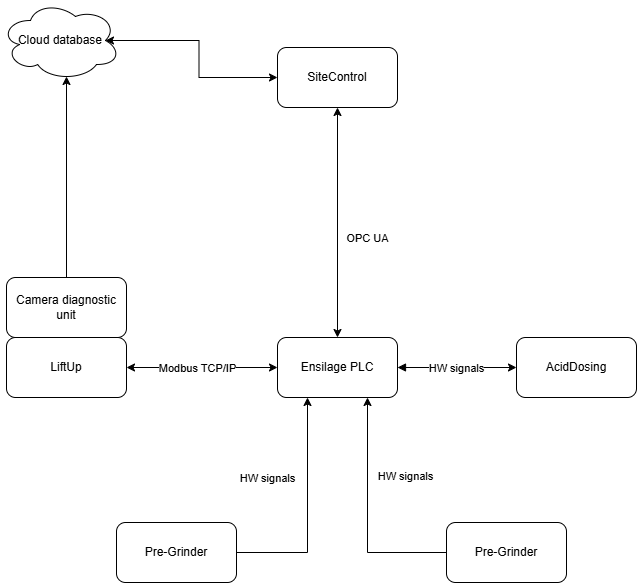
sigurdrb/workfolder-latex keeps this draw.io diagram as Ensilage integration/design specification/networktopo.drawio.png. Above is the earlier version. Source tidied: cells renumbered, new cells last; positions are measured from the earlier drawing's top-left corner, leaving out a move shared by most shapes. Its diagram source:
```xml
<mxGraphModel>
  <root>
    <mxCell id="0" />
    <mxCell id="1" parent="0" />
    <mxCell id="2" style="edgeStyle=orthogonalEdgeStyle;rounded=0;jettySize=auto;html=1;entryX=0.5;entryY=0;entryDx=0;entryDy=0;startArrow=classic;startFill=1;" parent="1" edge="1" source="4" target="9">
      <mxGeometry relative="1" as="geometry" />
    </mxCell>
    <mxCell id="3" value="OPC UA" style="edgeLabel;html=1;align=center;verticalAlign=middle;" parent="2" vertex="1">
      <mxGeometry x="0.25" y="5" relative="1" as="geometry">
        <mxPoint x="24" y="-14" as="offset" />
      </mxGeometry>
    </mxCell>
    <mxCell id="4" value="SiteControl" style="rounded=1;whiteSpace=wrap;html=1;" parent="1" vertex="1">
      <mxGeometry x="277" y="47" width="120" height="60" as="geometry" />
    </mxCell>
    <mxCell id="5" style="edgeStyle=orthogonalEdgeStyle;rounded=0;jettySize=auto;html=1;entryX=0;entryY=0.5;entryDx=0;entryDy=0;startArrow=block;startFill=1;" parent="1" edge="1" source="9" target="11">
      <mxGeometry relative="1" as="geometry" />
    </mxCell>
    <mxCell id="6" value="HW signals" style="edgeLabel;html=1;align=center;verticalAlign=middle;" parent="5" vertex="1">
      <mxGeometry x="-0.03" relative="1" as="geometry" />
    </mxCell>
    <mxCell id="7" style="edgeStyle=orthogonalEdgeStyle;rounded=0;jettySize=auto;html=1;entryX=1;entryY=0.5;entryDx=0;entryDy=0;startArrow=classic;startFill=1;" parent="1" edge="1" source="9" target="10">
      <mxGeometry relative="1" as="geometry" />
    </mxCell>
    <mxCell id="8" value="Modbus TCP/IP" style="edgeLabel;html=1;align=center;verticalAlign=middle;" parent="7" vertex="1">
      <mxGeometry x="-0.22" y="-1" relative="1" as="geometry">
        <mxPoint x="-22" y="1" as="offset" />
      </mxGeometry>
    </mxCell>
    <mxCell id="9" value="Ensilage PLC" style="rounded=1;whiteSpace=wrap;html=1;" parent="1" vertex="1">
      <mxGeometry x="277" y="337" width="120" height="60" as="geometry" />
    </mxCell>
    <mxCell id="10" value="LiftUp" style="rounded=1;whiteSpace=wrap;html=1;" parent="1" vertex="1">
      <mxGeometry x="6" y="337" width="120" height="60" as="geometry" />
    </mxCell>
    <mxCell id="11" value="AcidDosing" style="rounded=1;whiteSpace=wrap;html=1;" parent="1" vertex="1">
      <mxGeometry x="516" y="337" width="120" height="60" as="geometry" />
    </mxCell>
    <mxCell id="12" style="edgeStyle=orthogonalEdgeStyle;rounded=0;jettySize=auto;html=1;entryX=0.25;entryY=1;entryDx=0;entryDy=0;" parent="1" edge="1" source="14" target="9">
      <mxGeometry relative="1" as="geometry" />
    </mxCell>
    <mxCell id="13" value="HW signals" style="edgeLabel;html=1;align=center;verticalAlign=middle;" parent="12" vertex="1">
      <mxGeometry x="-0.16" y="-5" relative="1" as="geometry">
        <mxPoint x="-46" y="-51" as="offset" />
      </mxGeometry>
    </mxCell>
    <mxCell id="14" value="Pre-Grinder" style="rounded=1;whiteSpace=wrap;html=1;" parent="1" vertex="1">
      <mxGeometry x="116" y="522" width="120" height="60" as="geometry" />
    </mxCell>
    <mxCell id="15" value="HW signals" style="edgeStyle=orthogonalEdgeStyle;rounded=0;jettySize=auto;html=1;entryX=0.75;entryY=1;entryDx=0;entryDy=0;" parent="1" edge="1" source="16" target="9">
      <mxGeometry x="0.32" y="-38" relative="1" as="geometry" />
    </mxCell>
    <mxCell id="16" value="Pre-Grinder" style="rounded=1;whiteSpace=wrap;html=1;" parent="1" vertex="1">
      <mxGeometry x="446" y="522" width="120" height="60" as="geometry" />
    </mxCell>
    <mxCell id="17" value="Camera diagnostic unit" style="rounded=1;whiteSpace=wrap;html=1;" parent="1" vertex="1">
      <mxGeometry x="6" y="277" width="120" height="60" as="geometry" />
    </mxCell>
    <mxCell id="18" style="edgeStyle=orthogonalEdgeStyle;rounded=0;jettySize=auto;html=1;entryX=0;entryY=0.5;entryDx=0;entryDy=0;exitX=0.875;exitY=0.5;exitDx=0;exitDy=0;exitPerimeter=0;startArrow=classic;startFill=1;" parent="1" edge="1" source="19" target="4">
      <mxGeometry relative="1" as="geometry" />
    </mxCell>
    <mxCell id="19" value="Cloud database" style="ellipse;shape=cloud;whiteSpace=wrap;html=1;" parent="1" vertex="1">
      <mxGeometry width="120" height="80" as="geometry" />
    </mxCell>
    <mxCell id="20" style="edgeStyle=orthogonalEdgeStyle;rounded=0;jettySize=auto;html=1;entryX=0.55;entryY=0.95;entryDx=0;entryDy=0;entryPerimeter=0;" parent="1" edge="1" source="17" target="19">
      <mxGeometry relative="1" as="geometry" />
    </mxCell>
  </root>
</mxGraphModel>
```
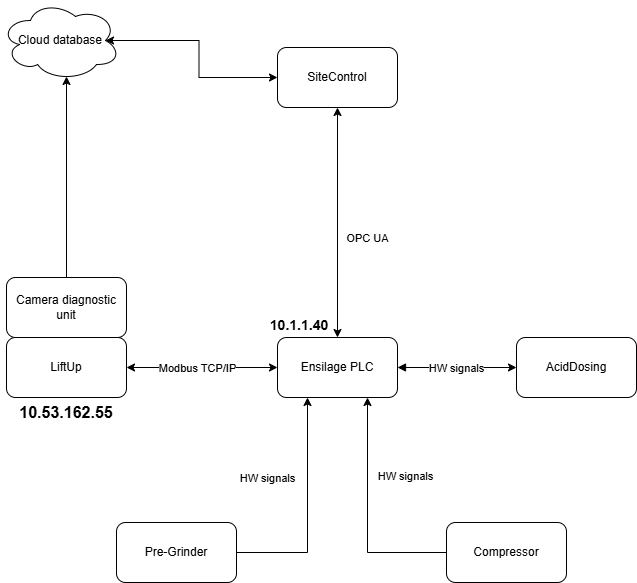
The same file after the commit.

The edit, as a diff of the source:
```diff
@@ -50,7 +50,7 @@
     <mxCell id="15" value="HW signals" style="edgeStyle=orthogonalEdgeStyle;rounded=0;jettySize=auto;html=1;entryX=0.75;entryY=1;entryDx=0;entryDy=0;" parent="1" edge="1" source="16" target="9">
       <mxGeometry x="0.32" y="-38" relative="1" as="geometry" />
     </mxCell>
-    <mxCell id="16" value="Pre-Grinder" style="rounded=1;whiteSpace=wrap;html=1;" parent="1" vertex="1">
+    <mxCell id="16" value="Compressor" style="rounded=1;whiteSpace=wrap;html=1;" parent="1" vertex="1">
       <mxGeometry x="446" y="522" width="120" height="60" as="geometry" />
     </mxCell>
     <mxCell id="17" value="Camera diagnostic unit" style="rounded=1;whiteSpace=wrap;html=1;" parent="1" vertex="1">
@@ -65,5 +65,11 @@
     <mxCell id="20" style="edgeStyle=orthogonalEdgeStyle;rounded=0;jettySize=auto;html=1;entryX=0.55;entryY=0.95;entryDx=0;entryDy=0;entryPerimeter=0;" parent="1" edge="1" source="17" target="19">
       <mxGeometry relative="1" as="geometry" />
     </mxCell>
+    <mxCell id="21" value="10.1.1.40" style="text;html=1;whiteSpace=wrap;strokeColor=none;fillColor=none;align=center;verticalAlign=middle;rounded=0;fontSize=14;fontStyle=1;" parent="1" vertex="1">
+      <mxGeometry x="269" y="310" width="60" height="30" as="geometry" />
+    </mxCell>
+    <mxCell id="22" value="&lt;span lang=&quot;NO-BOK&quot; style=&quot;font-size:12.0pt;font-family:&lt;br/&gt;&amp;quot;Aptos&amp;quot;,sans-serif;mso-ascii-theme-font:minor-latin;mso-fareast-font-family:&lt;br/&gt;Aptos;mso-fareast-theme-font:minor-latin;mso-hansi-theme-font:minor-latin;&lt;br/&gt;mso-bidi-font-family:&amp;quot;Times New Roman&amp;quot;;mso-bidi-theme-font:minor-bidi;&lt;br/&gt;mso-ansi-language:NO-BOK;mso-fareast-language:EN-US;mso-bidi-language:AR-SA&quot;&gt;10.53.162.55&lt;/span&gt;" style="text;html=1;whiteSpace=wrap;strokeColor=none;fillColor=none;align=center;verticalAlign=middle;rounded=0;fontSize=14;fontStyle=1;" parent="1" vertex="1">
+      <mxGeometry x="36" y="397" width="60" height="30" as="geometry" />
+    </mxCell>
   </root>
 </mxGraphModel>
```
